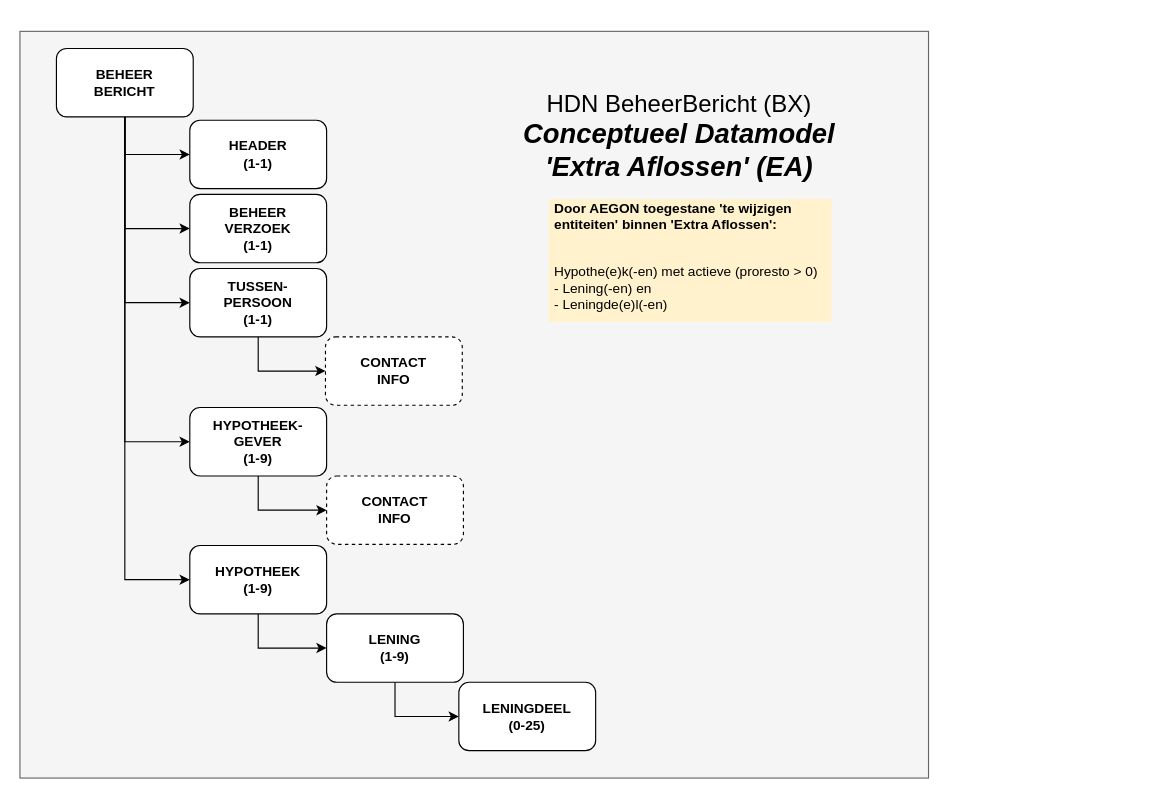
Earlier version of the draw.io diagram page "DataModel EA" (1 of 5) of HDN_BX_MM_ExtraAflossing.drawio (luchthandel/diagrams). Source tidied: cells renumbered, new cells numbered last; positions are measured from the earlier drawing's top-left corner, leaving out a move shared by most shapes. Both pictures are drawn from the tidied source at 114%, with x=0, y=0 at pixel (19, 31).
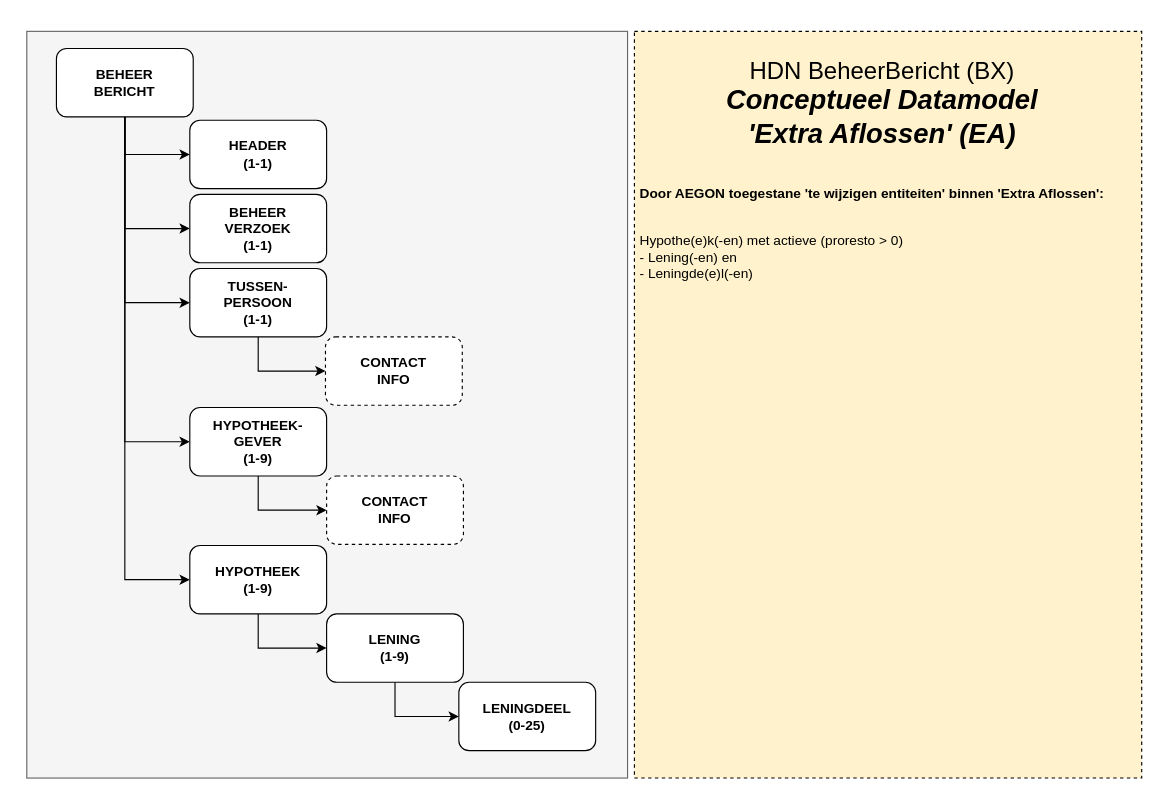
The same diagram, later.

The edit, as a diff of the source:
```diff
@@
     <mxCell id="2" style="rounded=0;whiteSpace=wrap;html=1;fillColor=#f5f5f5;strokeColor=#666666;fontColor=#333333;labelBackgroundColor=none;" parent="1" vertex="1">
-      <mxGeometry width="797" height="655" as="geometry" />
+      <mxGeometry x="6" width="527" height="655" as="geometry" />
     </mxCell>
@@
+    <mxCell id="23" value="&lt;p&gt;&lt;b&gt;&lt;br class=&quot;Apple-interchange-newline&quot;&gt;&lt;br&gt;&lt;/b&gt;&lt;/p&gt;&lt;p&gt;&lt;b&gt;&lt;br class=&quot;Apple-interchange-newline&quot;&gt;&lt;br&gt;&lt;/b&gt;&lt;/p&gt;&lt;p&gt;&lt;br&gt;&lt;/p&gt;&lt;p&gt;&lt;br&gt;&lt;/p&gt;&lt;p&gt;&lt;b&gt;Door AEGON toegestane 'te wijzigen entiteiten' binnen 'Extra Aflossen':&lt;/b&gt;&lt;br&gt;&lt;/p&gt;&lt;p&gt;&lt;b&gt;&lt;br&gt;&lt;/b&gt;Hypothe(e)k(-en) met actieve (proresto &amp;gt; 0)&lt;br&gt;- Lening(-en) en&lt;br&gt;- Leningde(e)l(-en)&lt;/p&gt;&lt;br&gt;&lt;p&gt;&lt;/p&gt;" style="text;html=1;fillColor=#fff2cc;spacing=5;spacingTop=-20;whiteSpace=wrap;overflow=hidden;rounded=0;align=left;fontSize=12;verticalAlign=top;strokeColor=#000000;dashed=1;" parent="1" vertex="1">
+      <mxGeometry x="539" width="445" height="655" as="geometry" />
+    </mxCell>
     <mxCell id="22" value="&lt;font style=&quot;font-size: 21px&quot;&gt;HDN BeheerBericht (BX)&lt;br&gt;&lt;/font&gt;&lt;span style=&quot;font-size: 24px&quot;&gt;&lt;b&gt;&lt;i&gt;Conceptueel Datamodel&lt;br&gt;'Extra Aflossen' (EA)&lt;br&gt;&lt;/i&gt;&lt;/b&gt;&lt;/span&gt;" style="text;html=1;strokeColor=none;fillColor=none;align=center;verticalAlign=middle;whiteSpace=wrap;rounded=0;" parent="1" vertex="1">
-      <mxGeometry x="422" y="45" width="312.5" height="93" as="geometry" />
+      <mxGeometry x="600" y="16" width="312.5" height="93" as="geometry" />
     </mxCell>
-    <mxCell id="23" value="&lt;p&gt;&lt;b&gt;Door AEGON toegestane 'te wijzigen entiteiten' binnen 'Extra Aflossen':&lt;/b&gt;&lt;/p&gt;&lt;p&gt;&lt;b&gt;&lt;br&gt;&lt;/b&gt;Hypothe(e)k(-en) met actieve (proresto &amp;gt; 0)&lt;br&gt;- Lening(-en) en&lt;br&gt;- Leningde(e)l(-en)&lt;br&gt;&lt;/p&gt;" style="text;html=1;fillColor=#fff2cc;spacing=5;spacingTop=-20;whiteSpace=wrap;overflow=hidden;rounded=0;verticalAlign=top;" parent="1" vertex="1">
-      <mxGeometry x="463.8" y="147" width="248.2" height="108" as="geometry" />
-    </mxCell>
```
